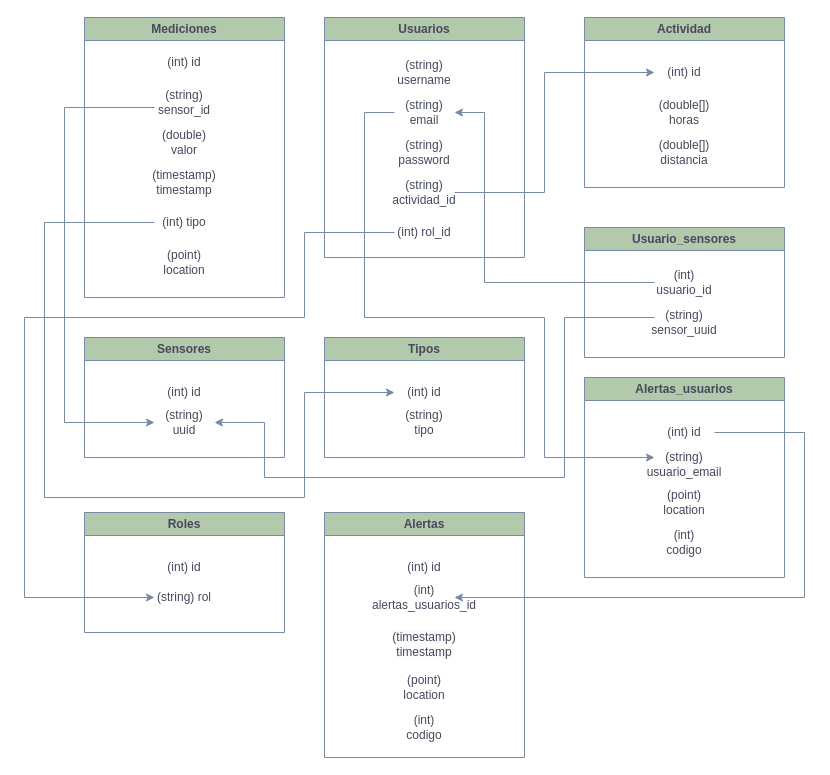
Before: bbdd.drawio in Javitax47/Proyecto3A_Server_Backend, a draw.io diagram. Source tidied: cells renumbered, new cells numbered last; positions are measured from the earlier drawing's top-left corner, leaving out a move shared by most shapes. Both pictures are drawn from the tidied source at 100%, with x=0, y=0 at pixel (24, 17).
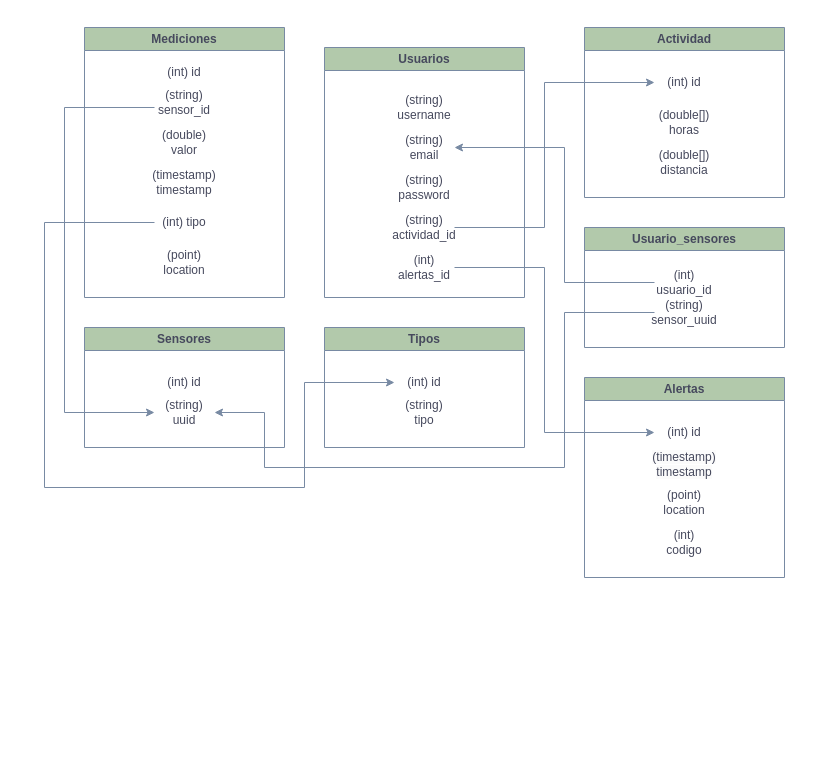
The same diagram, later.

Commit message (it also covers changes not shown here):
Rol y estado alta/baja usuarios y correos corporativos

Unchanged cells that the change refers to:
```xml
<mxCell id="10" value="(string) uuid" style="text;html=1;align=center;verticalAlign=middle;whiteSpace=wrap;rounded=0;strokeWidth=1;labelBackgroundColor=none;fontColor=#46495D;" parent="8" vertex="1">
  <mxGeometry x="70" y="70" width="60" height="30" as="geometry" />
</mxCell>
<mxCell id="19" value="(int) id" style="text;html=1;align=center;verticalAlign=middle;whiteSpace=wrap;rounded=0;strokeWidth=1;labelBackgroundColor=none;fontColor=#46495D;" parent="18" vertex="1">
  <mxGeometry x="70" y="40" width="60" height="30" as="geometry" />
</mxCell>
<mxCell id="25" value="(int) id" style="text;html=1;align=center;verticalAlign=middle;whiteSpace=wrap;rounded=0;strokeWidth=1;labelBackgroundColor=none;fontColor=#46495D;" parent="24" vertex="1">
  <mxGeometry x="70" y="40" width="60" height="30" as="geometry" />
</mxCell>
<mxCell id="29" value="(int) usuario_id" style="text;html=1;align=center;verticalAlign=middle;whiteSpace=wrap;rounded=0;strokeWidth=1;labelBackgroundColor=none;fontColor=#46495D;" parent="28" vertex="1">
  <mxGeometry x="70" y="40" width="60" height="30" as="geometry" />
</mxCell>
<mxCell id="34" value="(int) id" style="text;html=1;align=center;verticalAlign=middle;whiteSpace=wrap;rounded=0;strokeWidth=1;labelBackgroundColor=none;fontColor=#46495D;" parent="33" vertex="1">
  <mxGeometry x="70" y="40" width="60" height="30" as="geometry" />
</mxCell>
```

Diff of the diagram source:
```diff
@@
     <mxCell id="2" value="Usuarios" style="swimlane;whiteSpace=wrap;html=1;strokeWidth=1;fillColor=#B2C9AB;strokeColor=#788AA3;labelBackgroundColor=none;fontColor=#46495D;" parent="1" vertex="1">
-      <mxGeometry x="300" width="200" height="240" as="geometry" />
+      <mxGeometry x="300" y="30" width="200" height="250" as="geometry" />
     </mxCell>
     <mxCell id="3" value="(string) username" style="text;html=1;align=center;verticalAlign=middle;whiteSpace=wrap;rounded=0;strokeWidth=1;labelBackgroundColor=none;fontColor=#46495D;" parent="2" vertex="1">
-      <mxGeometry x="70" y="40" width="60" height="30" as="geometry" />
+      <mxGeometry x="70" y="45" width="60" height="30" as="geometry" />
     </mxCell>
     <mxCell id="4" value="(string) email" style="text;html=1;align=center;verticalAlign=middle;whiteSpace=wrap;rounded=0;strokeWidth=1;labelBackgroundColor=none;fontColor=#46495D;" parent="2" vertex="1">
-      <mxGeometry x="70" y="80" width="60" height="30" as="geometry" />
+      <mxGeometry x="70" y="85" width="60" height="30" as="geometry" />
     </mxCell>
     <mxCell id="5" value="(string) password" style="text;html=1;align=center;verticalAlign=middle;whiteSpace=wrap;rounded=0;strokeWidth=1;labelBackgroundColor=none;fontColor=#46495D;" parent="2" vertex="1">
-      <mxGeometry x="70" y="120" width="60" height="30" as="geometry" />
+      <mxGeometry x="70" y="125" width="60" height="30" as="geometry" />
     </mxCell>
     <mxCell id="6" value="(string) actividad_id" style="text;html=1;align=center;verticalAlign=middle;whiteSpace=wrap;rounded=0;strokeWidth=1;labelBackgroundColor=none;fontColor=#46495D;" parent="2" vertex="1">
-      <mxGeometry x="70" y="160" width="60" height="30" as="geometry" />
+      <mxGeometry x="70" y="165" width="60" height="30" as="geometry" />
     </mxCell>
-    <mxCell id="7" value="(int) rol_id" style="text;html=1;align=center;verticalAlign=middle;whiteSpace=wrap;rounded=0;strokeWidth=1;labelBackgroundColor=none;fontColor=#46495D;" parent="2" vertex="1">
-      <mxGeometry x="70" y="200" width="60" height="30" as="geometry" />
-    </mxCell>
+    <mxCell id="50" value="(int) alertas_id" style="text;html=1;align=center;verticalAlign=middle;whiteSpace=wrap;rounded=0;strokeWidth=1;labelBackgroundColor=none;fontColor=#46495D;" parent="2" vertex="1">
+      <mxGeometry x="70" y="205" width="60" height="30" as="geometry" />
+    </mxCell>
     <mxCell id="8" value="Sensores" style="swimlane;whiteSpace=wrap;html=1;strokeWidth=1;fillColor=#B2C9AB;strokeColor=#788AA3;labelBackgroundColor=none;fontColor=#46495D;" parent="1" vertex="1">
-      <mxGeometry x="60" y="320" width="200" height="120" as="geometry" />
+      <mxGeometry x="60" y="310" width="200" height="120" as="geometry" />
     </mxCell>
@@
     <mxCell id="11" value="Mediciones" style="swimlane;whiteSpace=wrap;html=1;strokeWidth=1;fillColor=#B2C9AB;strokeColor=#788AA3;labelBackgroundColor=none;fontColor=#46495D;" parent="1" vertex="1">
-      <mxGeometry x="60" width="200" height="280" as="geometry" />
+      <mxGeometry x="60" y="10" width="200" height="270" as="geometry" />
     </mxCell>
@@
     <mxCell id="13" value="(string) sensor_id" style="text;html=1;align=center;verticalAlign=middle;whiteSpace=wrap;rounded=0;strokeWidth=1;labelBackgroundColor=none;fontColor=#46495D;" parent="11" vertex="1">
-      <mxGeometry x="70" y="70" width="60" height="30" as="geometry" />
+      <mxGeometry x="70" y="60" width="60" height="30" as="geometry" />
     </mxCell>
     <mxCell id="14" value="(double) valor" style="text;html=1;align=center;verticalAlign=middle;whiteSpace=wrap;rounded=0;strokeWidth=1;labelBackgroundColor=none;fontColor=#46495D;" parent="11" vertex="1">
-      <mxGeometry x="70" y="110" width="60" height="30" as="geometry" />
+      <mxGeometry x="70" y="100" width="60" height="30" as="geometry" />
     </mxCell>
     <mxCell id="15" value="(timestamp) timestamp" style="text;html=1;align=center;verticalAlign=middle;whiteSpace=wrap;rounded=0;strokeWidth=1;labelBackgroundColor=none;fontColor=#46495D;" parent="11" vertex="1">
-      <mxGeometry x="70" y="150" width="60" height="30" as="geometry" />
+      <mxGeometry x="70" y="140" width="60" height="30" as="geometry" />
     </mxCell>
     <mxCell id="16" value="(int) tipo" style="text;html=1;align=center;verticalAlign=middle;whiteSpace=wrap;rounded=0;strokeWidth=1;labelBackgroundColor=none;fontColor=#46495D;" parent="11" vertex="1">
-      <mxGeometry x="70" y="190" width="60" height="30" as="geometry" />
+      <mxGeometry x="70" y="180" width="60" height="30" as="geometry" />
     </mxCell>
     <mxCell id="17" value="(point) location" style="text;html=1;align=center;verticalAlign=middle;whiteSpace=wrap;rounded=0;strokeWidth=1;labelBackgroundColor=none;fontColor=#46495D;" parent="11" vertex="1">
-      <mxGeometry x="70" y="230" width="60" height="30" as="geometry" />
+      <mxGeometry x="70" y="220" width="60" height="30" as="geometry" />
     </mxCell>
     <mxCell id="18" value="Actividad" style="swimlane;whiteSpace=wrap;html=1;strokeWidth=1;fillColor=#B2C9AB;strokeColor=#788AA3;labelBackgroundColor=none;fontColor=#46495D;" parent="1" vertex="1">
-      <mxGeometry x="560" width="200" height="170" as="geometry" />
+      <mxGeometry x="560" y="10" width="200" height="170" as="geometry" />
     </mxCell>
@@
     <mxCell id="22" style="edgeStyle=orthogonalEdgeStyle;rounded=0;jettySize=auto;html=1;exitX=1;exitY=0.5;exitDx=0;exitDy=0;entryX=0;entryY=0.5;entryDx=0;entryDy=0;strokeColor=#788AA3;fontColor=#46495D;fillColor=#B2C9AB;" parent="1" edge="1" source="6" target="19">
       <mxGeometry relative="1" as="geometry">
         <Array as="points">
-          <mxPoint x="520" y="175" />
-          <mxPoint x="520" y="55" />
+          <mxPoint x="520" y="210" />
+          <mxPoint x="520" y="65" />
         </Array>
       </mxGeometry>
     </mxCell>
     <mxCell id="23" style="edgeStyle=orthogonalEdgeStyle;rounded=0;jettySize=auto;html=1;strokeColor=#788AA3;entryX=0;entryY=0.5;entryDx=0;entryDy=0;" parent="1" edge="1" source="13" target="10">
       <mxGeometry relative="1" as="geometry">
         <Array as="points">
           <mxPoint x="40" y="90" />
-          <mxPoint x="40" y="405" />
+          <mxPoint x="40" y="395" />
         </Array>
       </mxGeometry>
     </mxCell>
     <mxCell id="24" value="Tipos" style="swimlane;whiteSpace=wrap;html=1;strokeWidth=1;fillColor=#B2C9AB;strokeColor=#788AA3;labelBackgroundColor=none;fontColor=#46495D;" parent="1" vertex="1">
-      <mxGeometry x="300" y="320" width="200" height="120" as="geometry" />
+      <mxGeometry x="300" y="310" width="200" height="120" as="geometry" />
     </mxCell>
@@
     <mxCell id="27" style="edgeStyle=orthogonalEdgeStyle;rounded=0;jettySize=auto;html=1;entryX=0;entryY=0.5;entryDx=0;entryDy=0;strokeColor=#788AA3;" parent="1" edge="1" source="16" target="25">
       <mxGeometry relative="1" as="geometry">
         <Array as="points">
           <mxPoint x="20" y="205" />
-          <mxPoint x="20" y="480" />
-          <mxPoint x="280" y="480" />
-          <mxPoint x="280" y="375" />
+          <mxPoint x="20" y="470" />
+          <mxPoint x="280" y="470" />
+          <mxPoint x="280" y="365" />
         </Array>
       </mxGeometry>
     </mxCell>
     <mxCell id="28" value="Usuario_sensores" style="swimlane;whiteSpace=wrap;html=1;strokeWidth=1;fillColor=#B2C9AB;strokeColor=#788AA3;labelBackgroundColor=none;fontColor=#46495D;" parent="1" vertex="1">
-      <mxGeometry x="560" y="210" width="200" height="130" as="geometry" />
+      <mxGeometry x="560" y="210" width="200" height="120" as="geometry" />
     </mxCell>
@@
     <mxCell id="30" value="(string) sensor_uuid" style="text;html=1;align=center;verticalAlign=middle;whiteSpace=wrap;rounded=0;strokeWidth=1;labelBackgroundColor=none;fontColor=#46495D;" parent="28" vertex="1">
-      <mxGeometry x="70" y="80" width="60" height="30" as="geometry" />
+      <mxGeometry x="70" y="70" width="60" height="30" as="geometry" />
     </mxCell>
     <mxCell id="31" style="edgeStyle=orthogonalEdgeStyle;rounded=0;jettySize=auto;html=1;entryX=1;entryY=0.5;entryDx=0;entryDy=0;strokeColor=#788AA3;exitX=0;exitY=0.5;exitDx=0;exitDy=0;" parent="1" edge="1" source="29" target="4">
       <mxGeometry relative="1" as="geometry">
         <Array as="points">
-          <mxPoint x="460" y="265" />
-          <mxPoint x="460" y="95" />
+          <mxPoint x="540" y="265" />
+          <mxPoint x="540" y="130" />
         </Array>
       </mxGeometry>
     </mxCell>
     <mxCell id="32" style="edgeStyle=orthogonalEdgeStyle;rounded=0;jettySize=auto;html=1;entryX=1;entryY=0.5;entryDx=0;entryDy=0;strokeColor=#788AA3;" parent="1" edge="1" source="30" target="10">
       <mxGeometry relative="1" as="geometry">
         <Array as="points">
-          <mxPoint x="540" y="300" />
-          <mxPoint x="540" y="460" />
-          <mxPoint x="240" y="460" />
-          <mxPoint x="240" y="405" />
+          <mxPoint x="540" y="295" />
+          <mxPoint x="540" y="450" />
+          <mxPoint x="240" y="450" />
+          <mxPoint x="240" y="395" />
         </Array>
       </mxGeometry>
     </mxCell>
-    <mxCell id="33" value="Alertas_usuarios" style="swimlane;whiteSpace=wrap;html=1;strokeWidth=1;fillColor=#B2C9AB;strokeColor=#788AA3;labelBackgroundColor=none;fontColor=#46495D;" parent="1" vertex="1">
+    <mxCell id="33" value="Alertas" style="swimlane;whiteSpace=wrap;html=1;strokeWidth=1;fillColor=#B2C9AB;strokeColor=#788AA3;labelBackgroundColor=none;fontColor=#46495D;" parent="1" vertex="1">
       <mxGeometry x="560" y="360" width="200" height="200" as="geometry" />
     </mxCell>
@@
-    <mxCell id="35" value="&lt;br&gt;&lt;span style=&quot;color: rgb(70, 73, 93); font-family: Helvetica; font-size: 12px; font-style: normal; font-variant-ligatures: normal; font-variant-caps: normal; font-weight: 400; letter-spacing: normal; orphans: 2; text-align: center; text-indent: 0px; text-transform: none; widows: 2; word-spacing: 0px; -webkit-text-stroke-width: 0px; white-space: normal; background-color: rgb(251, 251, 251); text-decoration-thickness: initial; text-decoration-style: initial; text-decoration-color: initial; display: inline !important; float: none;&quot;&gt;(string) usuario_email&lt;/span&gt;" style="text;html=1;align=center;verticalAlign=middle;whiteSpace=wrap;rounded=0;strokeWidth=1;labelBackgroundColor=none;fontColor=#46495D;" parent="33" vertex="1">
+    <mxCell id="35" value="&lt;br&gt;&lt;span style=&quot;color: rgb(70, 73, 93); font-family: Helvetica; font-size: 12px; font-style: normal; font-variant-ligatures: normal; font-variant-caps: normal; font-weight: 400; letter-spacing: normal; orphans: 2; text-align: center; text-indent: 0px; text-transform: none; widows: 2; word-spacing: 0px; -webkit-text-stroke-width: 0px; white-space: normal; background-color: rgb(251, 251, 251); text-decoration-thickness: initial; text-decoration-style: initial; text-decoration-color: initial; display: inline !important; float: none;&quot;&gt;(timestamp) timestamp&lt;/span&gt;" style="text;html=1;align=center;verticalAlign=middle;whiteSpace=wrap;rounded=0;strokeWidth=1;labelBackgroundColor=none;fontColor=#46495D;" parent="33" vertex="1">
       <mxGeometry x="70" y="65" width="60" height="30" as="geometry" />
     </mxCell>
@@
-    <mxCell id="38" value="Roles" style="swimlane;whiteSpace=wrap;html=1;strokeWidth=1;fillColor=#B2C9AB;strokeColor=#788AA3;labelBackgroundColor=none;fontColor=#46495D;" parent="1" vertex="1">
-      <mxGeometry x="60" y="495" width="200" height="120" as="geometry" />
-    </mxCell>
-    <mxCell id="39" value="(int) id" style="text;html=1;align=center;verticalAlign=middle;whiteSpace=wrap;rounded=0;strokeWidth=1;labelBackgroundColor=none;fontColor=#46495D;" parent="38" vertex="1">
-      <mxGeometry x="70" y="40" width="60" height="30" as="geometry" />
-    </mxCell>
-    <mxCell id="40" value="(string) rol" style="text;html=1;align=center;verticalAlign=middle;whiteSpace=wrap;rounded=0;strokeWidth=1;labelBackgroundColor=none;fontColor=#46495D;" parent="38" vertex="1">
-      <mxGeometry x="70" y="70" width="60" height="30" as="geometry" />
-    </mxCell>
-    <mxCell id="41" style="edgeStyle=orthogonalEdgeStyle;rounded=0;jettySize=auto;html=1;entryX=0;entryY=0.5;entryDx=0;entryDy=0;fillColor=#f5f5f5;strokeColor=#788AA3;exitX=0;exitY=0.5;exitDx=0;exitDy=0;" parent="1" edge="1" source="7" target="40">
-      <mxGeometry relative="1" as="geometry">
-        <Array as="points">
-          <mxPoint x="280" y="215" />
-          <mxPoint x="280" y="300" />
-          <mxPoint y="300" />
-          <mxPoint y="580" />
-        </Array>
-      </mxGeometry>
-    </mxCell>
-    <mxCell id="42" style="edgeStyle=orthogonalEdgeStyle;rounded=0;jettySize=auto;html=1;entryX=0;entryY=0.5;entryDx=0;entryDy=0;strokeColor=#788AA3;" parent="1" edge="1" source="4" target="35">
-      <mxGeometry relative="1" as="geometry">
-        <Array as="points">
-          <mxPoint x="340" y="95" />
-          <mxPoint x="340" y="300" />
-          <mxPoint x="520" y="300" />
-          <mxPoint x="520" y="440" />
-        </Array>
-      </mxGeometry>
-    </mxCell>
-    <mxCell id="43" value="Alertas" style="swimlane;whiteSpace=wrap;html=1;strokeWidth=1;fillColor=#B2C9AB;strokeColor=#788AA3;labelBackgroundColor=none;fontColor=#46495D;" parent="1" vertex="1">
-      <mxGeometry x="300" y="495" width="200" height="245" as="geometry" />
-    </mxCell>
-    <mxCell id="44" value="(int) id" style="text;html=1;align=center;verticalAlign=middle;whiteSpace=wrap;rounded=0;strokeWidth=1;labelBackgroundColor=none;fontColor=#46495D;" parent="43" vertex="1">
-      <mxGeometry x="70" y="40" width="60" height="30" as="geometry" />
-    </mxCell>
-    <mxCell id="45" value="&lt;br&gt;&lt;span style=&quot;color: rgb(70, 73, 93); font-family: Helvetica; font-size: 12px; font-style: normal; font-variant-ligatures: normal; font-variant-caps: normal; font-weight: 400; letter-spacing: normal; orphans: 2; text-align: center; text-indent: 0px; text-transform: none; widows: 2; word-spacing: 0px; -webkit-text-stroke-width: 0px; white-space: normal; background-color: rgb(251, 251, 251); text-decoration-thickness: initial; text-decoration-style: initial; text-decoration-color: initial; display: inline !important; float: none;&quot;&gt;(timestamp) timestamp&lt;/span&gt;" style="text;html=1;align=center;verticalAlign=middle;whiteSpace=wrap;rounded=0;strokeWidth=1;labelBackgroundColor=none;fontColor=#46495D;" parent="43" vertex="1">
-      <mxGeometry x="70" y="110" width="60" height="30" as="geometry" />
-    </mxCell>
-    <mxCell id="46" value="(point) location" style="text;html=1;align=center;verticalAlign=middle;whiteSpace=wrap;rounded=0;strokeWidth=1;labelBackgroundColor=none;fontColor=#46495D;" parent="43" vertex="1">
-      <mxGeometry x="70" y="160" width="60" height="30" as="geometry" />
-    </mxCell>
-    <mxCell id="47" value="(int) codigo" style="text;html=1;align=center;verticalAlign=middle;whiteSpace=wrap;rounded=0;strokeWidth=1;labelBackgroundColor=none;fontColor=#46495D;" parent="43" vertex="1">
-      <mxGeometry x="70" y="200" width="60" height="30" as="geometry" />
-    </mxCell>
-    <mxCell id="48" value="(int) alertas_usuarios_id" style="text;html=1;align=center;verticalAlign=middle;whiteSpace=wrap;rounded=0;strokeWidth=1;labelBackgroundColor=none;fontColor=#46495D;" parent="43" vertex="1">
-      <mxGeometry x="70" y="70" width="60" height="30" as="geometry" />
-    </mxCell>
-    <mxCell id="49" style="edgeStyle=orthogonalEdgeStyle;rounded=0;jettySize=auto;html=1;exitX=1;exitY=0.5;exitDx=0;exitDy=0;entryX=1;entryY=0.5;entryDx=0;entryDy=0;strokeColor=#788AA3;" parent="1" edge="1" source="34" target="48">
-      <mxGeometry relative="1" as="geometry">
-        <Array as="points">
-          <mxPoint x="780" y="415" />
-          <mxPoint x="780" y="580" />
-        </Array>
-      </mxGeometry>
-    </mxCell>
+    <mxCell id="51" style="edgeStyle=orthogonalEdgeStyle;rounded=0;jettySize=auto;html=1;entryX=0;entryY=0.5;entryDx=0;entryDy=0;strokeColor=#788AA3;" parent="1" edge="1" source="50" target="34">
+      <mxGeometry relative="1" as="geometry">
+        <Array as="points">
+          <mxPoint x="520" y="250" />
+          <mxPoint x="520" y="415" />
+        </Array>
+      </mxGeometry>
+    </mxCell>
```
